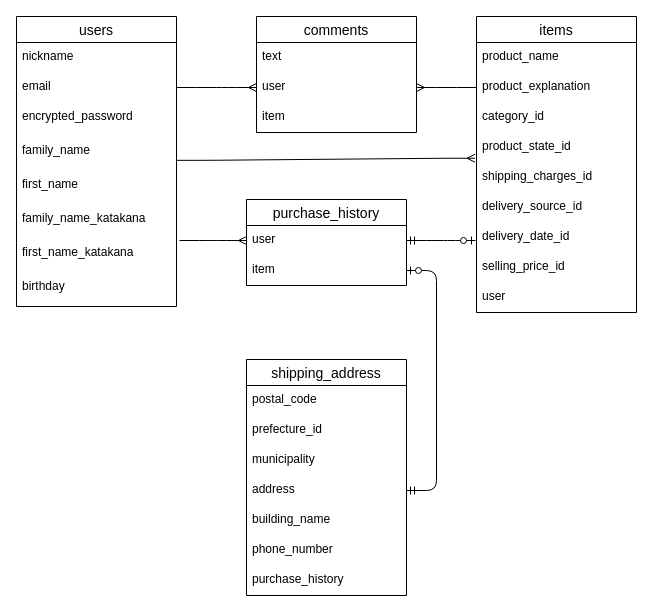
Above: test.dio in kuniterukbo/furima-32573 (draw.io), before the change. Source tidied: cells renumbered, new cells numbered last; positions are measured from the earlier drawing's top-left corner, leaving out a move shared by most shapes. Both pictures are drawn from the tidied source at 100%, with x=0, y=0 at pixel (16, 16).
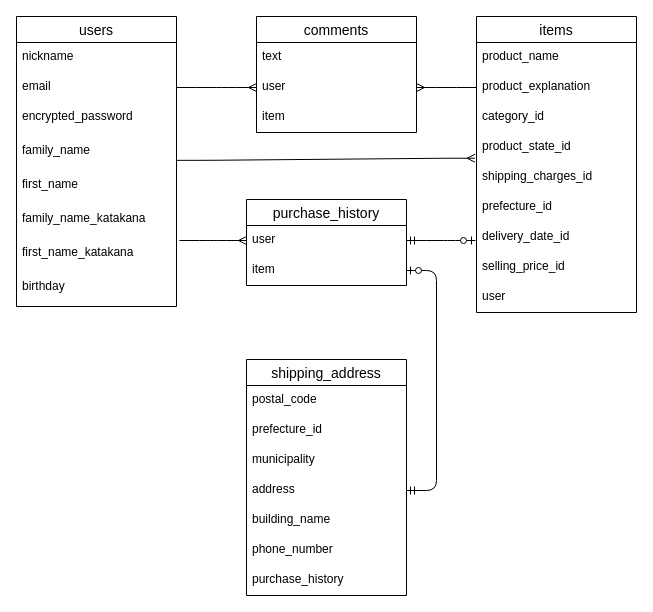
After the change.

The change refers to these unchanged cells:
```xml
<mxCell id="11" value="items" style="swimlane;fontStyle=0;horizontal=1;startSize=26;align=center;fontSize=14;" parent="1" vertex="1">
  <mxGeometry x="460" width="160" height="296" as="geometry" />
</mxCell>
```

Diff of the diagram source:
```diff
@@
-    <mxCell id="17" value="delivery_source_id" style="text;strokeColor=none;fillColor=none;spacingLeft=4;spacingRight=4;overflow=hidden;fontSize=12;" parent="11" vertex="1">
+    <mxCell id="17" value="prefecture_id" style="text;strokeColor=none;fillColor=none;spacingLeft=4;spacingRight=4;overflow=hidden;fontSize=12;" parent="11" vertex="1">
       <mxGeometry y="176" width="160" height="30" as="geometry" />
     </mxCell>
```
